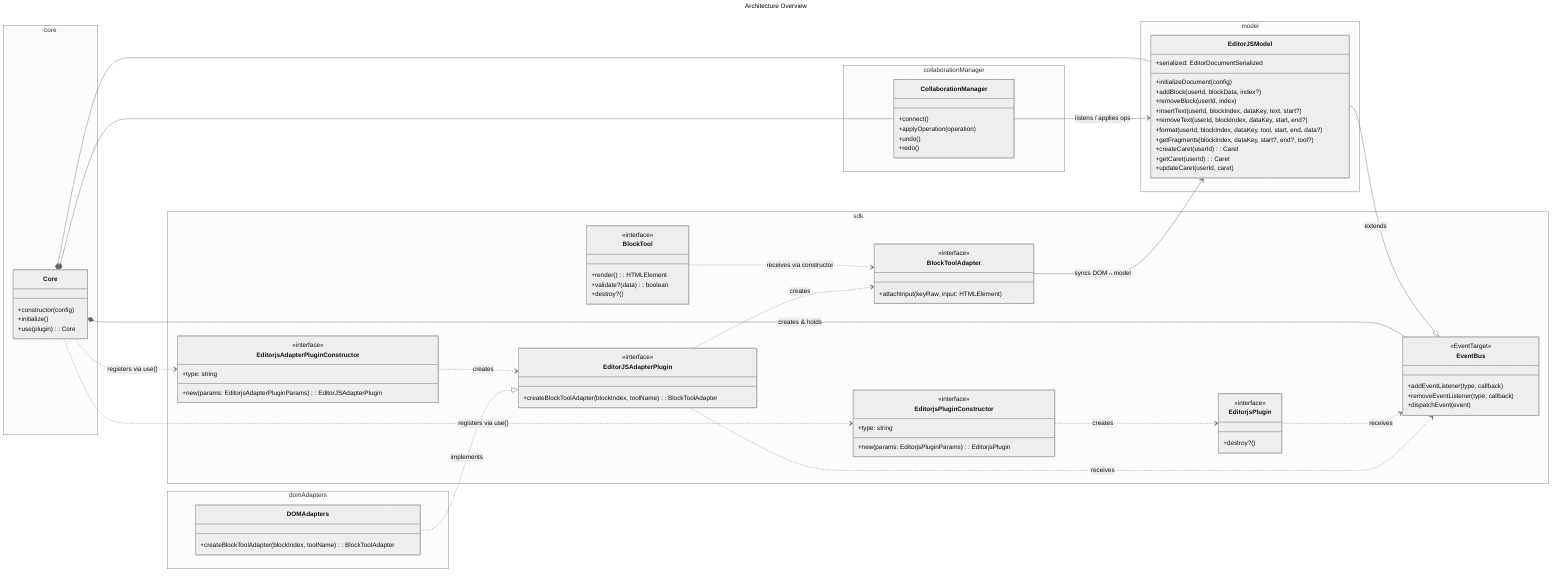
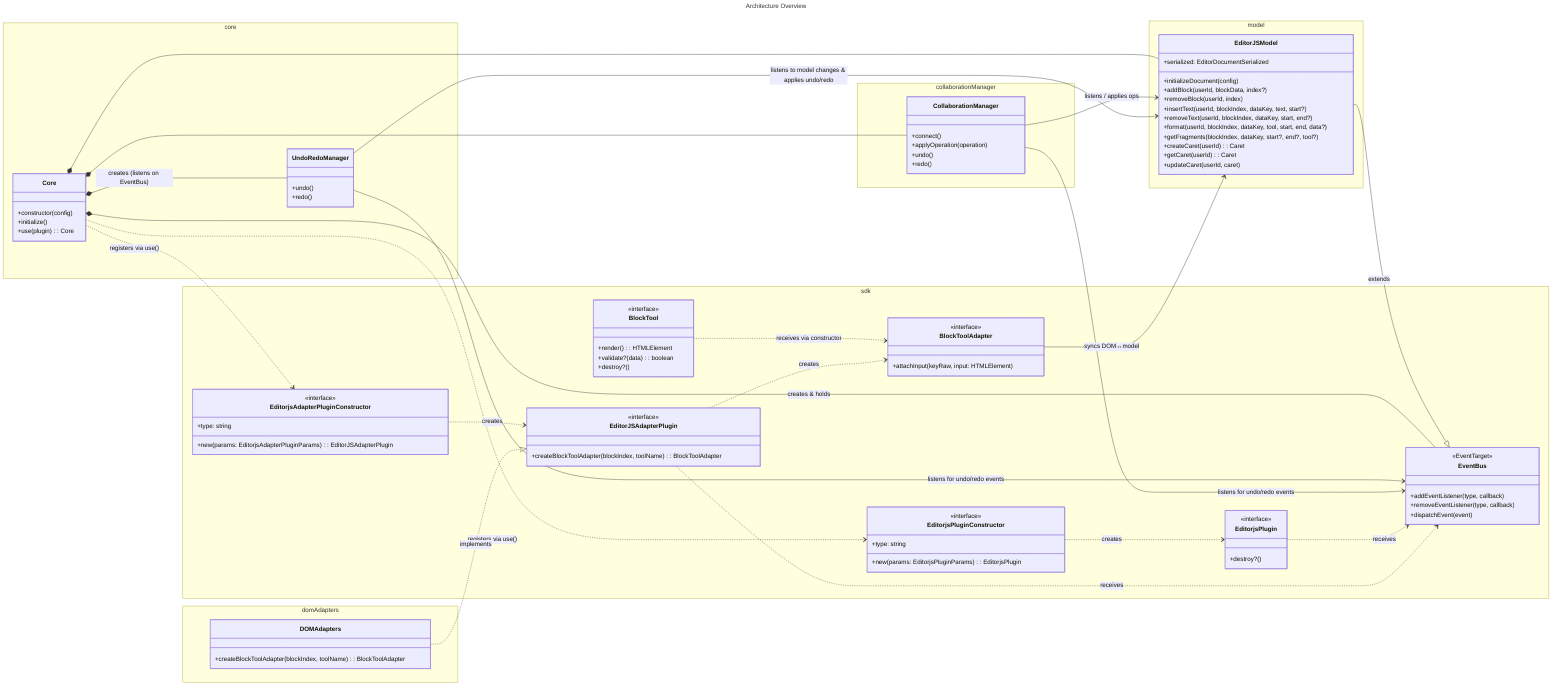
---
title: Architecture Overview
- config:
-   theme: neutral
+ 
---
%% See: ../architecture.md
classDiagram
  direction LR


  %% Layer 0 — Contracts  (@editorjs/sdk)
  namespace sdk {

    class EventBus {
      <<EventTarget>>
      +addEventListener(type, callback)
      +removeEventListener(type, callback)
      +dispatchEvent(event)
    }

    class BlockToolAdapter {
      <<interface>>
      +attachInput(keyRaw, input: HTMLElement)
    }

    class BlockTool {
      <<interface>>
      +render(): HTMLElement
      +validate?(data): boolean
      +destroy?()
    }

    class EditorjsPlugin {
      <<interface>>
      +destroy?()
    }

    class EditorjsPluginConstructor {
      <<interface>>
      +type: string
      +new(params: EditorjsPluginParams): EditorjsPlugin
    }

    class EditorJSAdapterPlugin {
      <<interface>>
      +createBlockToolAdapter(blockIndex, toolName): BlockToolAdapter
    }

    class EditorjsAdapterPluginConstructor {
      <<interface>>
      +type: string
      +new(params: EditorjsAdapterPluginParams): EditorJSAdapterPlugin
    }
  }

  %% Layer 1 — Data model  (@editorjs/model)
  namespace model {
    class EditorJSModel {
      +serialized: EditorDocumentSerialized
      +initializeDocument(config)
      +addBlock(userId, blockData, index?)
      +removeBlock(userId, index)
      +insertText(userId, blockIndex, dataKey, text, start?)
      +removeText(userId, blockIndex, dataKey, start, end?)
      +format(userId, blockIndex, dataKey, tool, start, end, data?)
      +getFragments(blockIndex, dataKey, start?, end?, tool?)
      +createCaret(userId): Caret
      +getCaret(userId): Caret
      +updateCaret(userId, caret)
    }
  }

  %% Layer 2a — DOM binding  (@editorjs/dom-adapters)
  namespace domAdapters {
    class DOMAdapters {
      +createBlockToolAdapter(blockIndex, toolName): BlockToolAdapter
    }
  }

  %% Layer 2b — Collaboration  (@editorjs/collaboration-manager)
  namespace collaborationManager {
    class CollaborationManager {
      +connect()
      +applyOperation(operation)
      +undo()
      +redo()
    }
  }

  %% Layer 3 — Orchestrator  (@editorjs/core)
  namespace core {
    class Core {
      +constructor(config)
      +initialize()
      +use(plugin): Core
    }
+ 
+     class UndoRedoManager {
+       +undo()
+       +redo()
+     }
  }

  %% Infrastructure relations
  EditorJSModel --|> EventBus : extends
  Core *-- EventBus : creates & holds

  %% Core — owns & wires
  Core *-- EditorJSModel
  Core *-- CollaborationManager
+   Core *-- UndoRedoManager : creates (listens on EventBus)
  Core ..> EditorjsPluginConstructor : registers via use()
  Core ..> EditorjsAdapterPluginConstructor : registers via use()

+   %% Undo handlers
+   UndoRedoManager --> EventBus : listens for undo/redo events
+   CollaborationManager --> EventBus : listens for undo/redo events
+ 
  %% Model interactions
  CollaborationManager --> EditorJSModel : listens / applies ops
+   UndoRedoManager --> EditorJSModel : listens to model changes & applies undo/redo
  BlockToolAdapter --> EditorJSModel : syncs DOM↔model

  %% Tool contracts
  BlockTool ..> BlockToolAdapter : receives via constructor

  %% Plugin contracts
  EditorjsPluginConstructor ..> EditorjsPlugin : creates
  EditorjsPlugin ..> EventBus : receives

  %% Adapter plugin contracts
  EditorjsAdapterPluginConstructor ..> EditorJSAdapterPlugin : creates
  DOMAdapters ..|> EditorJSAdapterPlugin : implements
  EditorJSAdapterPlugin ..> BlockToolAdapter : creates
  EditorJSAdapterPlugin ..> EventBus : receives
